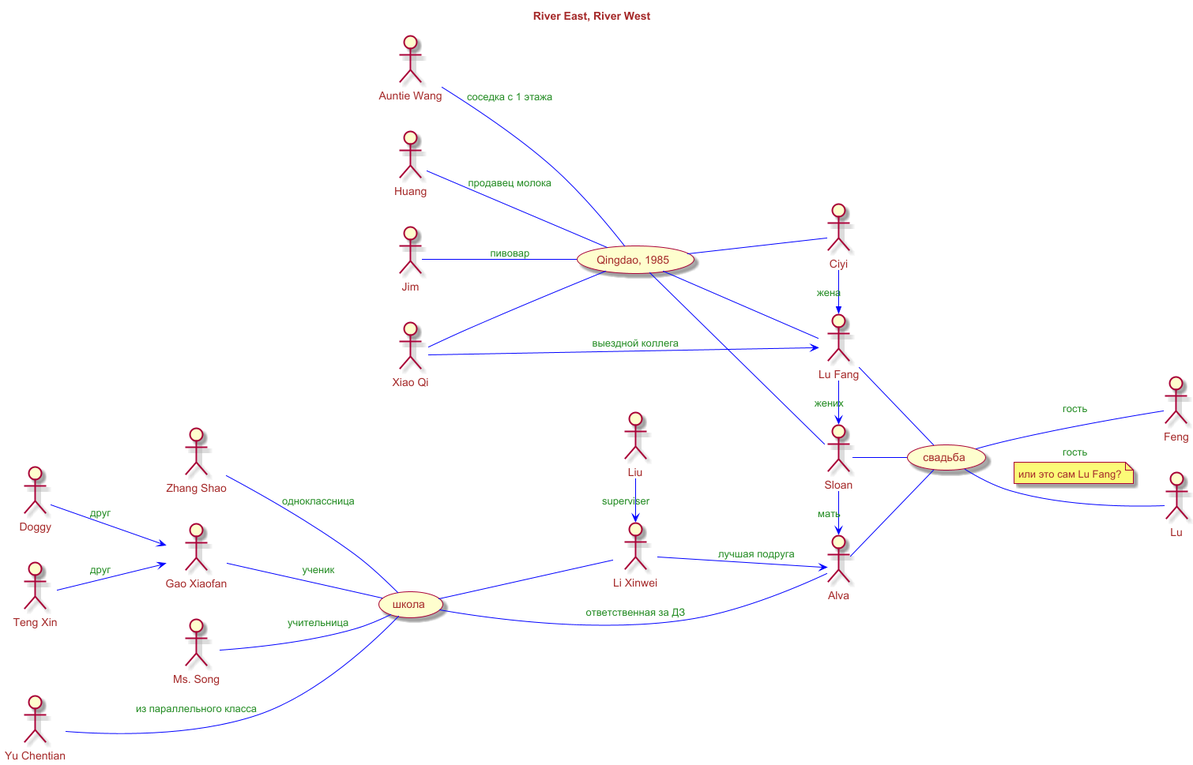
Above: River East, River West/river-River_East__River_West.png in olek3/reading (PlantUML), before the change. Its diagram source:
```plantuml
@startuml

left to right direction
skin rose
skinparam backgroundcolor transparent
skinparam defaultfontcolor #brown
skinparam arrowcolor #blue
skinparam arrowfontcolor #forestgreen

title River East, River West

:Sloan:

:Alva:

:Lu Fang: as Fang

:Li Xinwei: as Li

Sloan -> Alva : мать


Fang -> Sloan : жених



Fang -- (свадьба)
Sloan -- (свадьба)
Alva -- (свадьба)


(свадьба) -- :Feng: : гость
(свадьба) -- :Lu: : гость
note on link : или это сам Lu Fang?



Li --> Alva : лучшая подруга

(школа) -- Alva : ответственная за ДЗ
(школа) -- Li

:Zhang Shao: as Zhang

:Gao Xiaofan: as Gao

:Ms. Song: as Song

:Liu: as Liu

Zhang -- (школа) : одноклассница

Liu -> Li : superviser

Song -- (школа) : учительница

Gao -- (школа) : ученик

:Teng Xin: as Teng
:Doggy: as Doggy

Teng --> Gao : друг
Doggy --> Gao : друг


:Ciyi: as Ciyi


(Qingdao, 1985) as Qingdao

Ciyi ->> Fang : жена

Qingdao -- Ciyi
Qingdao -- Fang
Qingdao -- Sloan

:Huang: as Huang
:Xiao Qi: as Qi
:Jim: as Jim
:Auntie Wang: as Wang
:Yu Chentian: as Yu


Huang -- Qingdao : продавец молока
Qi -- Qingdao
Qi -> Fang : выездной коллега
Wang -- Qingdao : соседка с 1 этажа

Yu --- (школа) : из параллельного класса

Jim -- Qingdao : пивовар

@enduml
```
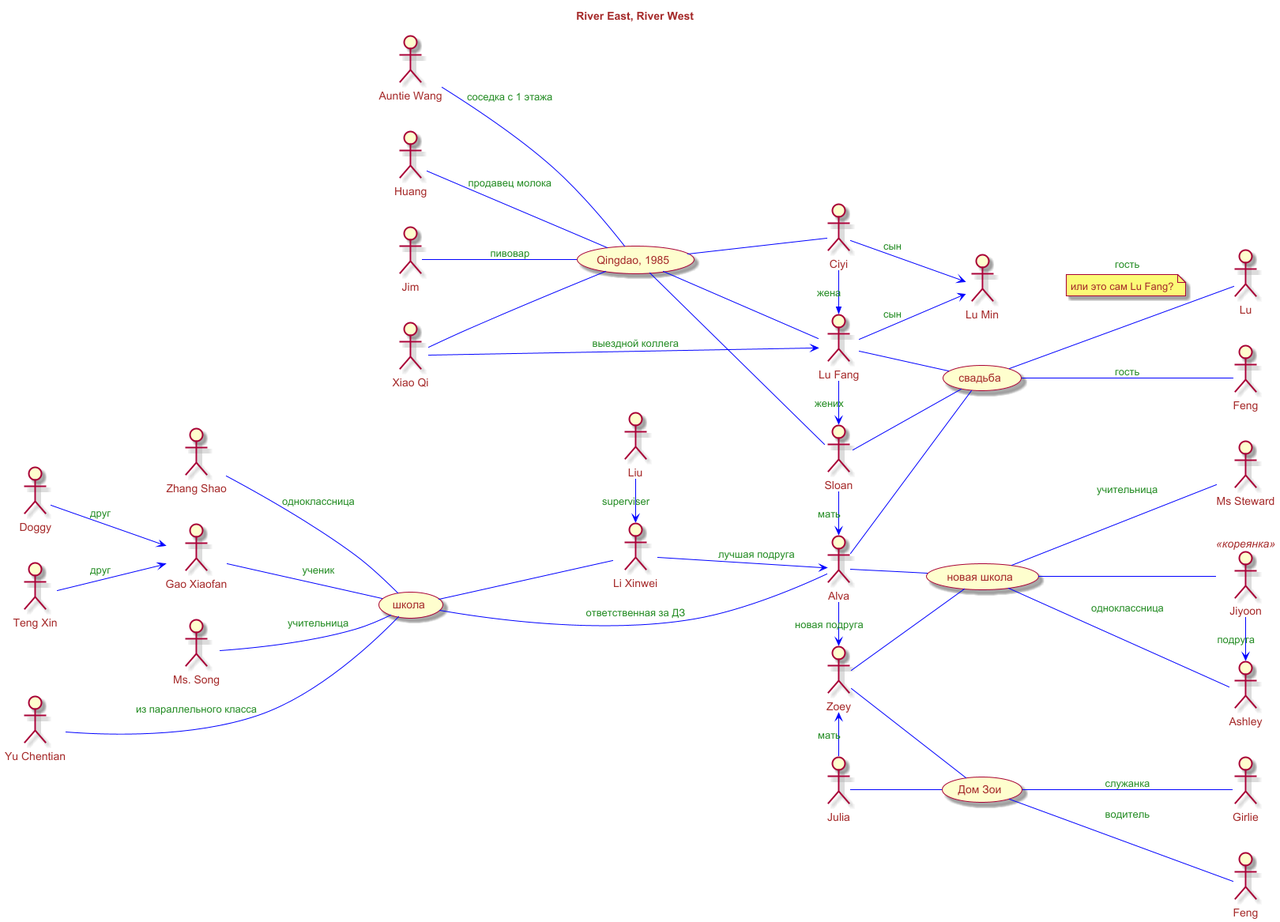
The same file after the commit.

Commit message:
новая школа, дом Зои, сын Лю Фаня

What changed in the source:
```diff
@@ -90,4 +90,47 @@
 
 Jim -- Qingdao : пивовар
 
+Fang --> :Lu Min: : сын
+Ciyi --> :Lu Min: : сын
+
+
+(новая школа) as new_school
+
+Alva -- new_school
+
+:Ms Steward: as Steward
+
+new_school -- Steward : учительница
+
+:Zoey: as Zoey
+
+Alva -> Zoey : новая подруга
+
+Zoey -- new_school
+
+(Дом Зои) as zoey_home
+
+Zoey -- zoey_home
+
+new_school -- :Ashley:  :одноклассница
+
+:Jiyoon: as korean <<кореянка>>
+
+new_school -- korean
+
+:Feng: as Feng_driver
+:Julia: as Julia
+:Girlie: as girlie
+
+Zoey <- Julia : мать
+
+Julia -- zoey_home
+
+zoey_home -- Feng_driver : водитель
+zoey_home -- girlie : служанка
+
+korean -> Ashley : подруга
+
+
+
 @enduml
```
